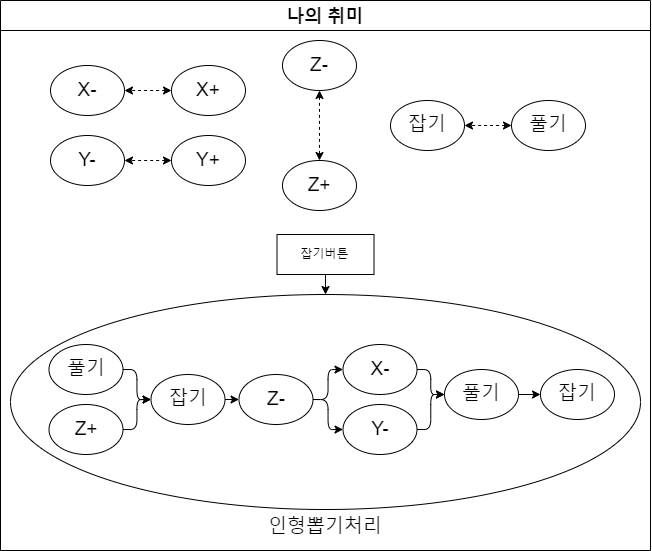
DualsoftDev/ds keeps this draw.io diagram as MySystem/png/my4.dio.png. Above is the earlier version. Source tidied: cells renumbered, new cells last; positions are measured from the earlier drawing's top-left corner, leaving out a move shared by most shapes.
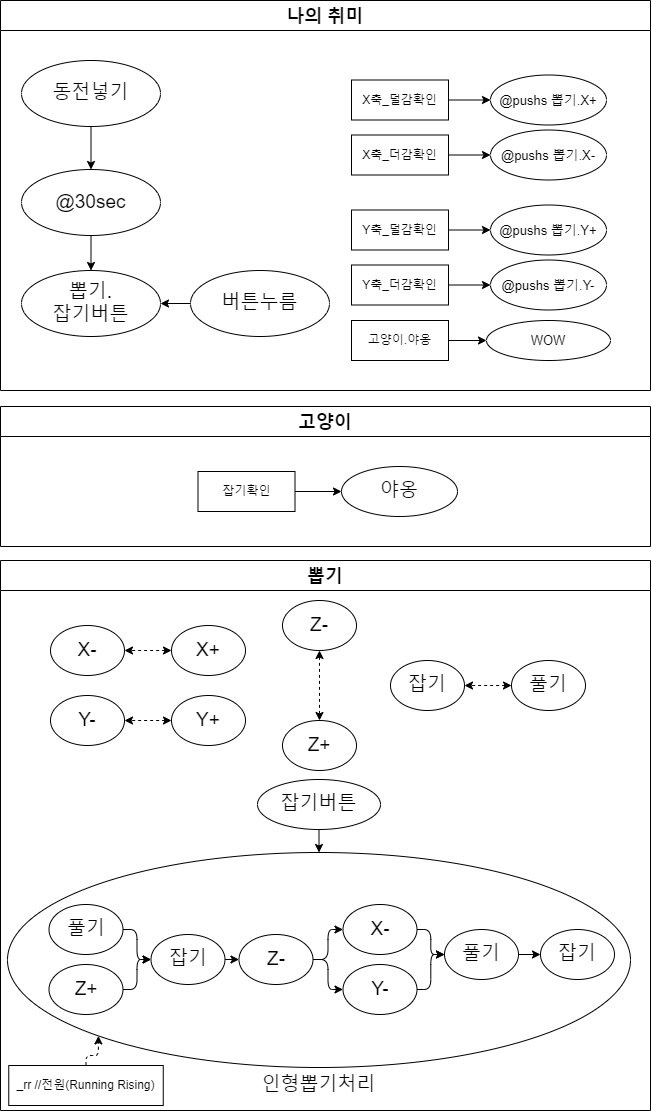
Above is the later version.

The edit, as a diff of the source:
```diff
@@ -2,7 +2,7 @@
   <root>
     <mxCell id="0" />
     <mxCell id="1" parent="0" />
-    <mxCell id="2" value="나의 취미" style="swimlane;labelBackgroundColor=#FFFFFF;fontColor=none;fontSize=18;startSize=30;" parent="1" vertex="1">
+    <mxCell id="2" value="뽑기" style="swimlane;labelBackgroundColor=#FFFFFF;fontColor=none;fontSize=18;startSize=30;" parent="1" vertex="1">
       <mxGeometry width="650" height="550" as="geometry" />
     </mxCell>
     <mxCell id="3" style="edgeStyle=orthogonalEdgeStyle;html=1;exitX=0;exitY=0.5;exitDx=0;exitDy=0;dashed=1;entryX=1;entryY=0.5;entryDx=0;entryDy=0;startArrow=classic;startFill=1;" parent="2" edge="1" source="4" target="5">
@@ -25,14 +25,11 @@
     </mxCell>
     <mxCell id="9" style="edgeStyle=orthogonalEdgeStyle;html=1;exitX=0.5;exitY=1;exitDx=0;exitDy=0;entryX=0.5;entryY=0;entryDx=0;entryDy=0;startArrow=none;startFill=0;" parent="2" edge="1" target="11">
       <mxGeometry relative="1" as="geometry">
-        <mxPoint x="325" y="274" as="sourcePoint" />
+        <mxPoint x="318.5" y="270" as="sourcePoint" />
       </mxGeometry>
     </mxCell>
-    <mxCell id="10" value="잡기버튼" style="rounded=0;whiteSpace=wrap;html=1;" parent="2" vertex="1">
-      <mxGeometry x="276.5" y="234" width="97" height="40" as="geometry" />
-    </mxCell>
     <mxCell id="11" value="인형뽑기처리" style="ellipse;whiteSpace=wrap;html=1;labelBackgroundColor=#FFFFFF;fontColor=none;fontSize=19;labelPosition=center;verticalLabelPosition=bottom;align=center;verticalAlign=top;" parent="2" vertex="1">
-      <mxGeometry x="10" y="294" width="630" height="215" as="geometry" />
+      <mxGeometry x="7" y="292" width="623" height="215" as="geometry" />
     </mxCell>
     <mxCell id="12" value="풀기" style="ellipse;whiteSpace=wrap;html=1;labelBackgroundColor=#FFFFFF;fontColor=none;fontSize=19;" parent="2" vertex="1">
       <mxGeometry x="511" y="100" width="74" height="50" as="geometry" />
@@ -100,5 +97,95 @@
     <mxCell id="33" value="잡기" style="ellipse;whiteSpace=wrap;html=1;labelBackgroundColor=#FFFFFF;fontColor=none;fontSize=19;" parent="2" vertex="1">
       <mxGeometry x="540" y="369" width="74" height="50" as="geometry" />
     </mxCell>
+    <mxCell id="34" style="edgeStyle=orthogonalEdgeStyle;html=1;exitX=0.5;exitY=0;exitDx=0;exitDy=0;entryX=0;entryY=1;entryDx=0;entryDy=0;startArrow=none;startFill=0;dashed=1;" parent="2" edge="1" source="35" target="11">
+      <mxGeometry relative="1" as="geometry" />
+    </mxCell>
+    <mxCell id="35" value="_rr //전원(Running Rising)" style="rounded=0;whiteSpace=wrap;html=1;" parent="2" vertex="1">
+      <mxGeometry x="8.2" y="505" width="154.5" height="40" as="geometry" />
+    </mxCell>
+    <mxCell id="10" value="잡기버튼" style="ellipse;whiteSpace=wrap;html=1;labelBackgroundColor=#FFFFFF;fontColor=none;fontSize=19;" parent="2" vertex="1">
+      <mxGeometry x="257" y="219" width="123" height="50" as="geometry" />
+    </mxCell>
+    <mxCell id="36" value="나의 취미" style="swimlane;labelBackgroundColor=#FFFFFF;fontColor=none;fontSize=18;startSize=30;" parent="1" vertex="1">
+      <mxGeometry y="-560" width="650" height="390" as="geometry" />
+    </mxCell>
+    <mxCell id="37" style="edgeStyle=orthogonalEdgeStyle;html=1;exitX=1;exitY=0.5;exitDx=0;exitDy=0;startArrow=none;startFill=0;" parent="36" edge="1" source="38" target="41">
+      <mxGeometry relative="1" as="geometry" />
+    </mxCell>
+    <mxCell id="38" value="X축_더감확인" style="rounded=0;whiteSpace=wrap;html=1;" parent="36" vertex="1">
+      <mxGeometry x="351" y="134.5" width="97" height="40" as="geometry" />
+    </mxCell>
+    <mxCell id="39" style="edgeStyle=orthogonalEdgeStyle;html=1;exitX=0.5;exitY=1;exitDx=0;exitDy=0;entryX=0.5;entryY=0;entryDx=0;entryDy=0;startArrow=none;startFill=0;" parent="36" edge="1" source="40" target="47">
+      <mxGeometry relative="1" as="geometry" />
+    </mxCell>
+    <mxCell id="40" value="동전넣기" style="ellipse;whiteSpace=wrap;html=1;labelBackgroundColor=#FFFFFF;fontColor=none;fontSize=19;" parent="36" vertex="1">
+      <mxGeometry x="21" y="60" width="139" height="66" as="geometry" />
+    </mxCell>
+    <mxCell id="41" value="@pushs 뽑기.X-" style="ellipse;whiteSpace=wrap;html=1;labelBackgroundColor=#FFFFFF;fontColor=none;fontSize=13;" parent="36" vertex="1">
+      <mxGeometry x="490" y="129.5" width="116" height="50" as="geometry" />
+    </mxCell>
+    <mxCell id="42" value="Y축_덜감확인" style="rounded=0;whiteSpace=wrap;html=1;" parent="36" vertex="1">
+      <mxGeometry x="351" y="209.5" width="97" height="40" as="geometry" />
+    </mxCell>
+    <mxCell id="43" value="@pushs 뽑기.Y+" style="ellipse;whiteSpace=wrap;html=1;labelBackgroundColor=#FFFFFF;fontColor=none;fontSize=13;" parent="36" vertex="1">
+      <mxGeometry x="490" y="204.5" width="116" height="50" as="geometry" />
+    </mxCell>
+    <mxCell id="44" style="edgeStyle=orthogonalEdgeStyle;html=1;exitX=1;exitY=0.5;exitDx=0;exitDy=0;startArrow=none;startFill=0;" parent="36" edge="1" source="42" target="43">
+      <mxGeometry relative="1" as="geometry" />
+    </mxCell>
+    <mxCell id="45" value="뽑기.&lt;br&gt;잡기버튼" style="ellipse;whiteSpace=wrap;html=1;labelBackgroundColor=#FFFFFF;fontColor=none;fontSize=19;" parent="36" vertex="1">
+      <mxGeometry x="21" y="270" width="139" height="66" as="geometry" />
+    </mxCell>
+    <mxCell id="46" style="edgeStyle=orthogonalEdgeStyle;html=1;exitX=0.5;exitY=1;exitDx=0;exitDy=0;entryX=0.5;entryY=0;entryDx=0;entryDy=0;startArrow=none;startFill=0;" parent="36" edge="1" source="47" target="45">
+      <mxGeometry relative="1" as="geometry" />
+    </mxCell>
+    <mxCell id="47" value="@30sec" style="ellipse;whiteSpace=wrap;html=1;labelBackgroundColor=#FFFFFF;fontColor=none;fontSize=19;" parent="36" vertex="1">
+      <mxGeometry x="21" y="169" width="139" height="66" as="geometry" />
+    </mxCell>
+    <mxCell id="48" value="Y축_더감확인" style="rounded=0;whiteSpace=wrap;html=1;" parent="36" vertex="1">
+      <mxGeometry x="351" y="264.5" width="97" height="40" as="geometry" />
+    </mxCell>
+    <mxCell id="49" value="@pushs 뽑기.Y-" style="ellipse;whiteSpace=wrap;html=1;labelBackgroundColor=#FFFFFF;fontColor=none;fontSize=13;" parent="36" vertex="1">
+      <mxGeometry x="490" y="259.5" width="116" height="50" as="geometry" />
+    </mxCell>
+    <mxCell id="50" style="edgeStyle=orthogonalEdgeStyle;html=1;exitX=1;exitY=0.5;exitDx=0;exitDy=0;startArrow=none;startFill=0;" parent="36" edge="1" source="48" target="49">
+      <mxGeometry relative="1" as="geometry" />
+    </mxCell>
+    <mxCell id="51" value="X축_덜감확인" style="rounded=0;whiteSpace=wrap;html=1;" parent="36" vertex="1">
+      <mxGeometry x="351" y="79.5" width="97" height="40" as="geometry" />
+    </mxCell>
+    <mxCell id="52" value="@pushs 뽑기.X+" style="ellipse;whiteSpace=wrap;html=1;labelBackgroundColor=#FFFFFF;fontColor=none;fontSize=13;" parent="36" vertex="1">
+      <mxGeometry x="490" y="74.5" width="116" height="50" as="geometry" />
+    </mxCell>
+    <mxCell id="53" style="edgeStyle=orthogonalEdgeStyle;html=1;exitX=1;exitY=0.5;exitDx=0;exitDy=0;startArrow=none;startFill=0;" parent="36" edge="1" source="51" target="52">
+      <mxGeometry relative="1" as="geometry" />
+    </mxCell>
+    <mxCell id="54" style="edgeStyle=orthogonalEdgeStyle;html=1;exitX=0;exitY=0.5;exitDx=0;exitDy=0;entryX=1;entryY=0.5;entryDx=0;entryDy=0;startArrow=none;startFill=0;" parent="36" edge="1" source="55" target="45">
+      <mxGeometry relative="1" as="geometry" />
+    </mxCell>
+    <mxCell id="55" value="버튼누름" style="ellipse;whiteSpace=wrap;html=1;labelBackgroundColor=#FFFFFF;fontColor=none;fontSize=19;" parent="36" vertex="1">
+      <mxGeometry x="190" y="270" width="139" height="66" as="geometry" />
+    </mxCell>
+    <mxCell id="56" style="edgeStyle=orthogonalEdgeStyle;html=1;startArrow=none;startFill=0;entryX=0;entryY=0.5;entryDx=0;entryDy=0;" parent="36" edge="1" source="57" target="58">
+      <mxGeometry relative="1" as="geometry" />
+    </mxCell>
+    <mxCell id="57" value="고양이.야옹" style="rounded=0;whiteSpace=wrap;html=1;" parent="36" vertex="1">
+      <mxGeometry x="351" y="320" width="97" height="40" as="geometry" />
+    </mxCell>
+    <mxCell id="58" value="WOW" style="ellipse;whiteSpace=wrap;html=1;labelBackgroundColor=#FFFFFF;fontColor=none;fontSize=13;" parent="36" vertex="1">
+      <mxGeometry x="486" y="320" width="124" height="40" as="geometry" />
+    </mxCell>
+    <mxCell id="59" value="고양이" style="swimlane;labelBackgroundColor=#FFFFFF;fontColor=none;fontSize=18;startSize=30;" parent="1" vertex="1">
+      <mxGeometry y="-154" width="650" height="140" as="geometry" />
+    </mxCell>
+    <mxCell id="60" value="잡기확인" style="rounded=0;whiteSpace=wrap;html=1;" parent="59" vertex="1">
+      <mxGeometry x="197.5" y="65" width="97" height="40" as="geometry" />
+    </mxCell>
+    <mxCell id="61" value="야옹" style="ellipse;whiteSpace=wrap;html=1;labelBackgroundColor=#FFFFFF;fontColor=none;fontSize=19;" parent="59" vertex="1">
+      <mxGeometry x="341" y="60" width="116" height="50" as="geometry" />
+    </mxCell>
+    <mxCell id="62" style="edgeStyle=orthogonalEdgeStyle;html=1;exitX=1;exitY=0.5;exitDx=0;exitDy=0;startArrow=none;startFill=0;" parent="59" edge="1" source="60" target="61">
+      <mxGeometry relative="1" as="geometry" />
+    </mxCell>
   </root>
 </mxGraphModel>
```
